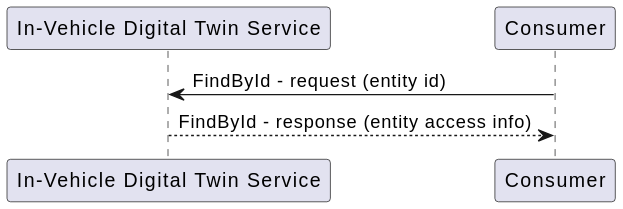
The PlantUML diagram docs/design/diagrams/findbyid_sequence.svg in eclipse-ibeji/ibeji, before a commit.
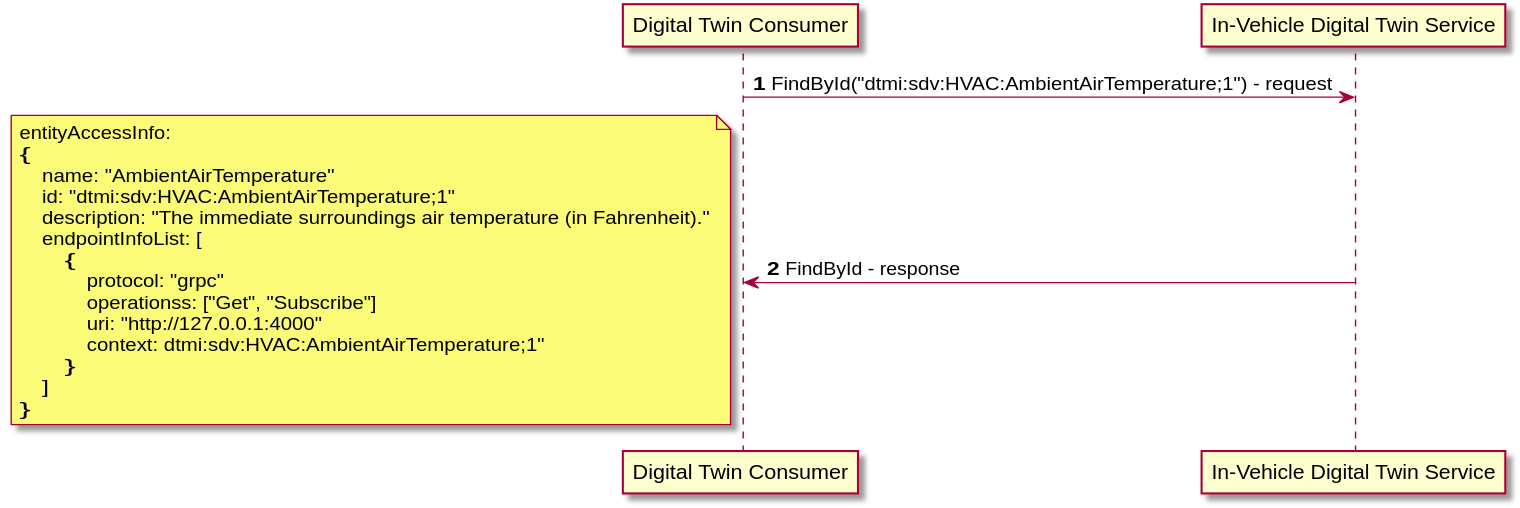
The same diagram one commit later.

Diff of the diagram source:
```diff
@@ -1,7 +1,24 @@
 @startuml
-participant "In-Vehicle Digital Twin Service"
-participant "Consumer"
 
-"Consumer" -> "In-Vehicle Digital Twin Service" : FindById - request (entity id)
-"In-Vehicle Digital Twin Service" --> "Consumer" : FindById - response (entity access info)
+autonumber
+
+"Digital Twin Consumer" -> "In-Vehicle Digital Twin Service" : FindById("dtmi:sdv:HVAC:AmbientAirTemperature;1") - request
+"Digital Twin Consumer" <- "In-Vehicle Digital Twin Service" : FindById - response
+note left
+entityAccessInfo:
+{
+    name: "AmbientAirTemperature"
+    id: "dtmi:sdv:HVAC:AmbientAirTemperature;1"
+    description: "The immediate surroundings air temperature (in Fahrenheit)."
+    endpointInfoList: [
+        {
+            protocol: "grpc"
+            operationss: ["Get", "Subscribe"]
+            uri: "http://127.0.0.1:4000"
+            context: dtmi:sdv:HVAC:AmbientAirTemperature;1"
+        }
+    ]
+}
+end note
+
 @enduml
```
